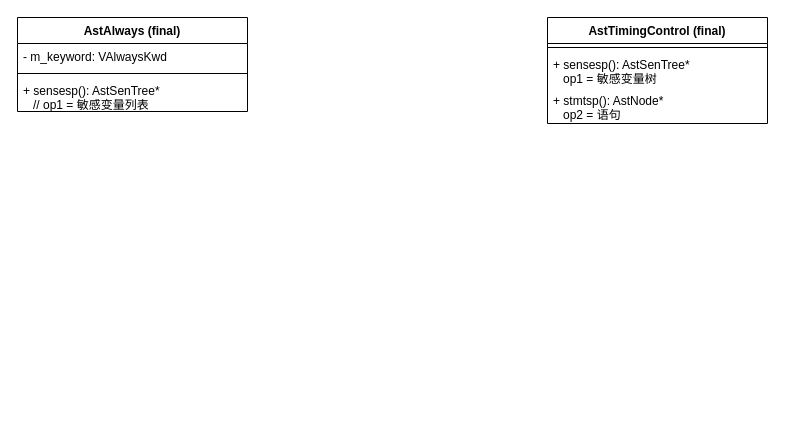
This is verilator_digrams/AstAlways.drawio from Dercury/CLDK, a draw.io file, before an edit. Source tidied: cells renumbered, new cells numbered last; positions are measured from the earlier drawing's top-left corner, leaving out a move shared by most shapes. Both pictures are drawn from the tidied source at 100%, with x=0, y=0 at pixel (17, 17).
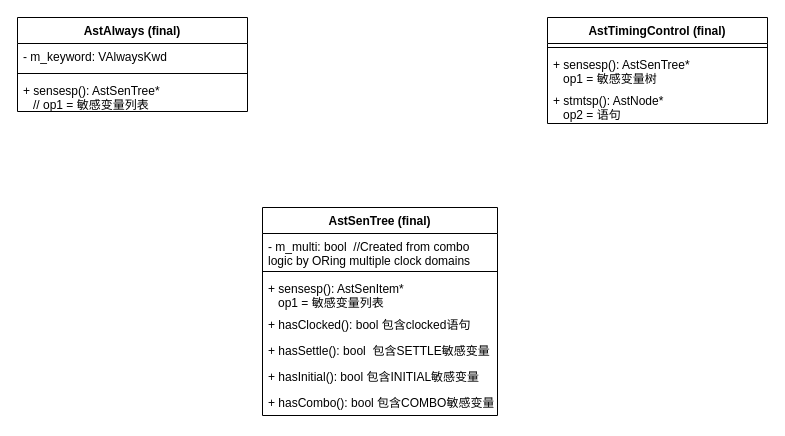
After the change.

Diff of the diagram source:
```diff
@@
 <mxGraphModel>
   <root>
     <mxCell id="0" />
     <mxCell id="1" parent="0" />
     <mxCell id="2" value="AstAlways (final)" style="swimlane;fontStyle=1;align=center;verticalAlign=top;horizontal=1;startSize=26;" parent="1" vertex="1">
       <mxGeometry width="230" height="94" as="geometry" />
     </mxCell>
     <mxCell id="3" value="- m_keyword: VAlwaysKwd" style="text;strokeColor=none;fillColor=none;align=left;verticalAlign=top;spacingLeft=4;spacingRight=4;overflow=hidden;" parent="2" vertex="1">
       <mxGeometry y="26" width="230" height="26" as="geometry" />
     </mxCell>
     <mxCell id="4" style="line;strokeWidth=1;fillColor=none;align=left;verticalAlign=middle;spacingTop=-1;spacingLeft=3;spacingRight=3;labelPosition=right;" parent="2" vertex="1">
       <mxGeometry y="52" width="230" height="8" as="geometry" />
     </mxCell>
     <mxCell id="5" value="+ sensesp(): AstSenTree*&#10;   // op1 = 敏感变量列表" style="text;strokeColor=none;fillColor=none;align=left;verticalAlign=top;spacingLeft=4;spacingRight=4;overflow=hidden;" parent="2" vertex="1">
       <mxGeometry y="60" width="230" height="34" as="geometry" />
     </mxCell>
     <mxCell id="6" value="AstTimingControl (final)" style="swimlane;fontStyle=1;align=center;verticalAlign=top;horizontal=1;startSize=26;" parent="1" vertex="1">
       <mxGeometry x="530" width="220" height="106" as="geometry" />
     </mxCell>
     <mxCell id="7" style="line;strokeWidth=1;fillColor=none;align=left;verticalAlign=middle;spacingTop=-1;spacingLeft=3;spacingRight=3;labelPosition=right;" parent="6" vertex="1">
       <mxGeometry y="26" width="220" height="8" as="geometry" />
     </mxCell>
     <mxCell id="8" value="+ sensesp(): AstSenTree*&#10;   op1 = 敏感变量树" style="text;strokeColor=none;fillColor=none;align=left;verticalAlign=top;spacingLeft=4;spacingRight=4;overflow=hidden;" parent="6" vertex="1">
       <mxGeometry y="34" width="220" height="36" as="geometry" />
     </mxCell>
     <mxCell id="9" value="+ stmtsp(): AstNode*&#10;   op2 = 语句" style="text;strokeColor=none;fillColor=none;align=left;verticalAlign=top;spacingLeft=4;spacingRight=4;overflow=hidden;" parent="6" vertex="1">
       <mxGeometry y="70" width="220" height="36" as="geometry" />
     </mxCell>
+    <mxCell id="10" value="AstSenTree (final)" style="swimlane;fontStyle=1;align=center;verticalAlign=top;horizontal=1;startSize=26;" parent="1" vertex="1">
+      <mxGeometry x="245" y="190" width="235" height="208" as="geometry" />
+    </mxCell>
+    <mxCell id="11" value="- m_multi: bool  //Created from combo logic by ORing multiple clock domains" style="text;strokeColor=none;fillColor=none;align=left;verticalAlign=top;spacingLeft=4;spacingRight=4;overflow=hidden;whiteSpace=wrap;" parent="10" vertex="1">
+      <mxGeometry y="26" width="235" height="34" as="geometry" />
+    </mxCell>
+    <mxCell id="12" style="line;strokeWidth=1;fillColor=none;align=left;verticalAlign=middle;spacingTop=-1;spacingLeft=3;spacingRight=3;labelPosition=right;" parent="10" vertex="1">
+      <mxGeometry y="60" width="235" height="8" as="geometry" />
+    </mxCell>
+    <mxCell id="13" value="+ sensesp(): AstSenItem*&#10;   op1 = 敏感变量列表" style="text;strokeColor=none;fillColor=none;align=left;verticalAlign=top;spacingLeft=4;spacingRight=4;overflow=hidden;" parent="10" vertex="1">
+      <mxGeometry y="68" width="235" height="36" as="geometry" />
+    </mxCell>
+    <mxCell id="14" value="+ hasClocked(): bool 包含clocked语句" style="text;strokeColor=none;fillColor=none;align=left;verticalAlign=top;spacingLeft=4;spacingRight=4;overflow=hidden;" parent="10" vertex="1">
+      <mxGeometry y="104" width="235" height="26" as="geometry" />
+    </mxCell>
+    <mxCell id="15" value="+ hasSettle(): bool  包含SETTLE敏感变量" style="text;strokeColor=none;fillColor=none;align=left;verticalAlign=top;spacingLeft=4;spacingRight=4;overflow=hidden;" parent="10" vertex="1">
+      <mxGeometry y="130" width="235" height="26" as="geometry" />
+    </mxCell>
+    <mxCell id="16" value="+ hasInitial(): bool 包含INITIAL敏感变量" style="text;strokeColor=none;fillColor=none;align=left;verticalAlign=top;spacingLeft=4;spacingRight=4;overflow=hidden;" parent="10" vertex="1">
+      <mxGeometry y="156" width="235" height="26" as="geometry" />
+    </mxCell>
+    <mxCell id="17" value="+ hasCombo(): bool 包含COMBO敏感变量" style="text;strokeColor=none;fillColor=none;align=left;verticalAlign=top;spacingLeft=4;spacingRight=4;overflow=hidden;" parent="10" vertex="1">
+      <mxGeometry y="182" width="235" height="26" as="geometry" />
+    </mxCell>
   </root>
 </mxGraphModel>
```
